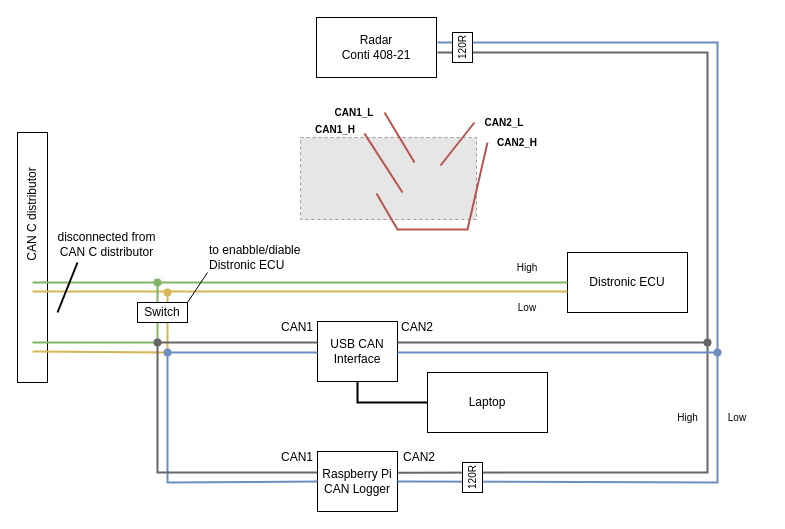
This is page "wiring" (1 of 9) of 00_Reverseengineering/ACC_limits.drawio from littleprojects/ACC_W211, a draw.io file, before an edit. Source tidied: cells renumbered, new cells numbered last; positions are measured from the earlier drawing's top-left corner, leaving out a move shared by most shapes. Both pictures are drawn from the tidied source at 100%, with x=0, y=0 at pixel (-23, 17). Pictures stored in the file or linked from it are replaced by grey dashed boxes.
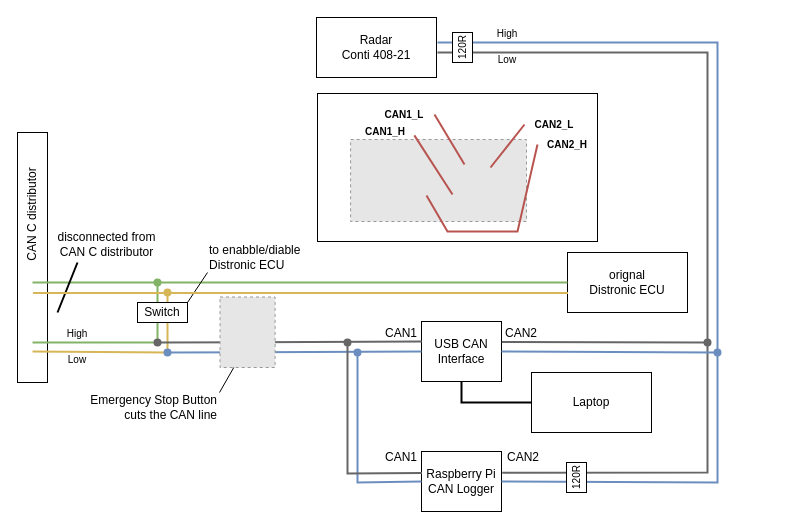
After the change.

Commit message (it also covers changes not shown here):
add a emergency button

Diff of the diagram source:
```diff
@@
+    <mxCell id="48" style="rounded=0;whiteSpace=wrap;html=1;" parent="1" vertex="1">
+      <mxGeometry x="340" y="76" width="280" height="148" as="geometry" />
+    </mxCell>
@@
-    <mxCell id="3" value="Distronic ECU" style="rounded=0;whiteSpace=wrap;html=1;" parent="1" vertex="1">
+    <mxCell id="3" value="&lt;div&gt;orignal&lt;/div&gt;Distronic ECU" style="rounded=0;whiteSpace=wrap;html=1;" parent="1" vertex="1">
       <mxGeometry x="590" y="235" width="120" height="60" as="geometry" />
     </mxCell>
@@
-    <mxCell id="5" style="endArrow=none;html=1;rounded=0;entryX=0;entryY=0.5;entryDx=0;entryDy=0;exitX=0.5;exitY=0.6;exitDx=0;exitDy=0;exitPerimeter=0;fillColor=#fff2cc;strokeColor=#d6b656;strokeWidth=2;" parent="1" edge="1">
-      <mxGeometry relative="1" as="geometry">
-        <mxPoint x="55" y="274" as="sourcePoint" />
-        <mxPoint x="590" y="274" as="targetPoint" />
-      </mxGeometry>
-    </mxCell>
@@
     <mxCell id="13" value="USB CAN Interface" style="rounded=0;whiteSpace=wrap;html=1;fillColor=#FFFFFF;" parent="1" vertex="1">
-      <mxGeometry x="340" y="304" width="80" height="60" as="geometry" />
+      <mxGeometry x="444" y="304" width="80" height="60" as="geometry" />
     </mxCell>
     <mxCell id="14" value="Raspberry Pi&lt;br&gt;CAN Logger" style="rounded=0;whiteSpace=wrap;html=1;fillColor=#FFFFFF;" parent="1" vertex="1">
-      <mxGeometry x="340" y="434" width="80" height="60" as="geometry" />
+      <mxGeometry x="444" y="434" width="80" height="60" as="geometry" />
     </mxCell>
@@
-    <mxCell id="16" style="endArrow=none;html=1;rounded=0;fillColor=#dae8fc;strokeColor=#6c8ebf;strokeWidth=2;entryX=0;entryY=0.35;entryDx=0;entryDy=0;entryPerimeter=0;startArrow=oval;startFill=1;" parent="1" edge="1">
+    <mxCell id="16" style="endArrow=none;html=1;rounded=0;fillColor=#dae8fc;strokeColor=#6c8ebf;strokeWidth=2;entryX=0;entryY=0.5;entryDx=0;entryDy=0;startArrow=oval;startFill=1;" parent="1" edge="1" target="13">
       <mxGeometry relative="1" as="geometry">
         <mxPoint x="190" y="335" as="sourcePoint" />
-        <mxPoint x="340" y="335" as="targetPoint" />
       </mxGeometry>
     </mxCell>
-    <mxCell id="17" style="endArrow=none;html=1;rounded=0;fillColor=#f5f5f5;strokeColor=#666666;strokeWidth=2;entryX=0;entryY=0.35;entryDx=0;entryDy=0;entryPerimeter=0;startArrow=oval;startFill=1;" parent="1" edge="1">
+    <mxCell id="17" style="endArrow=none;html=1;rounded=0;fillColor=#f5f5f5;strokeColor=#666666;strokeWidth=2;entryX=0.003;entryY=0.335;entryDx=0;entryDy=0;entryPerimeter=0;startArrow=oval;startFill=1;" parent="1" edge="1" target="13">
       <mxGeometry relative="1" as="geometry">
         <mxPoint x="180" y="325" as="sourcePoint" />
-        <mxPoint x="340" y="325" as="targetPoint" />
       </mxGeometry>
     </mxCell>
-    <mxCell id="18" style="endArrow=none;html=1;rounded=0;fillColor=#dae8fc;strokeColor=#6c8ebf;strokeWidth=2;entryX=0;entryY=0.5;entryDx=0;entryDy=0;" parent="1" edge="1" target="14">
+    <mxCell id="18" style="endArrow=none;html=1;rounded=0;fillColor=#dae8fc;strokeColor=#6c8ebf;strokeWidth=2;entryX=0;entryY=0.5;entryDx=0;entryDy=0;startArrow=oval;startFill=1;" parent="1" edge="1" target="14">
       <mxGeometry relative="1" as="geometry">
-        <mxPoint x="190" y="335" as="sourcePoint" />
+        <mxPoint x="380" y="335" as="sourcePoint" />
         <Array as="points">
-          <mxPoint x="190" y="465" />
+          <mxPoint x="380" y="465" />
         </Array>
       </mxGeometry>
     </mxCell>
-    <mxCell id="19" style="endArrow=none;html=1;rounded=0;fillColor=#f5f5f5;strokeColor=#666666;strokeWidth=2;" parent="1" edge="1">
+    <mxCell id="19" style="endArrow=none;html=1;rounded=0;fillColor=#f5f5f5;strokeColor=#666666;strokeWidth=2;startArrow=oval;startFill=1;entryX=0.84;entryY=1.053;entryDx=0;entryDy=0;entryPerimeter=0;" parent="1" edge="1" target="30">
       <mxGeometry relative="1" as="geometry">
-        <mxPoint x="180" y="325" as="sourcePoint" />
-        <mxPoint x="340" y="455" as="targetPoint" />
+        <mxPoint x="370" y="325" as="sourcePoint" />
         <Array as="points">
-          <mxPoint x="180" y="455" />
+          <mxPoint x="370" y="456" />
         </Array>
       </mxGeometry>
     </mxCell>
@@
-    <mxCell id="22" style="endArrow=none;html=1;rounded=0;fillColor=#dae8fc;strokeColor=#6c8ebf;strokeWidth=2;entryX=0;entryY=0.35;entryDx=0;entryDy=0;entryPerimeter=0;startArrow=oval;startFill=1;" parent="1" edge="1">
+    <mxCell id="22" style="endArrow=none;html=1;rounded=0;fillColor=#dae8fc;strokeColor=#6c8ebf;strokeWidth=2;startArrow=oval;startFill=1;entryX=1;entryY=0.5;entryDx=0;entryDy=0;" parent="1" edge="1" target="13">
       <mxGeometry relative="1" as="geometry">
         <mxPoint x="740" y="335" as="sourcePoint" />
-        <mxPoint x="420" y="335" as="targetPoint" />
       </mxGeometry>
     </mxCell>
-    <mxCell id="23" style="endArrow=none;html=1;rounded=0;fillColor=#f5f5f5;strokeColor=#666666;strokeWidth=2;entryX=0;entryY=0.35;entryDx=0;entryDy=0;entryPerimeter=0;startArrow=oval;startFill=1;" parent="1" edge="1">
+    <mxCell id="23" style="endArrow=none;html=1;rounded=0;fillColor=#f5f5f5;strokeColor=#666666;strokeWidth=2;entryX=1.003;entryY=0.342;entryDx=0;entryDy=0;entryPerimeter=0;startArrow=oval;startFill=1;" parent="1" edge="1" target="13">
       <mxGeometry relative="1" as="geometry">
         <mxPoint x="730" y="325" as="sourcePoint" />
-        <mxPoint x="420" y="325" as="targetPoint" />
       </mxGeometry>
     </mxCell>
     <mxCell id="24" value="120R" style="rounded=0;whiteSpace=wrap;html=1;fillColor=#FFFFFF;rotation=-90;fontSize=10;" parent="1" vertex="1">
-      <mxGeometry x="480" y="450" width="30" height="20" as="geometry" />
+      <mxGeometry x="584" y="450" width="30" height="20" as="geometry" />
     </mxCell>
@@
     <mxCell id="26" value="Laptop" style="rounded=0;whiteSpace=wrap;html=1;fillColor=#FFFFFF;" parent="1" vertex="1">
-      <mxGeometry x="450" y="355" width="120" height="60" as="geometry" />
+      <mxGeometry x="554" y="355" width="120" height="60" as="geometry" />
     </mxCell>
     <mxCell id="27" style="endArrow=none;html=1;rounded=0;strokeWidth=2;exitX=0.5;exitY=1;exitDx=0;exitDy=0;entryX=0;entryY=0.5;entryDx=0;entryDy=0;" parent="1" edge="1" source="13" target="26">
       <mxGeometry relative="1" as="geometry">
         <Array as="points">
-          <mxPoint x="380" y="385" />
+          <mxPoint x="484" y="385" />
         </Array>
       </mxGeometry>
     </mxCell>
     <mxCell id="28" value="CAN1" style="text;html=1;strokeColor=none;fillColor=none;align=center;verticalAlign=middle;whiteSpace=wrap;rounded=0;" parent="1" vertex="1">
-      <mxGeometry x="290" y="295" width="60" height="30" as="geometry" />
+      <mxGeometry x="394" y="302" width="60" height="28" as="geometry" />
     </mxCell>
     <mxCell id="29" value="CAN2" style="text;html=1;strokeColor=none;fillColor=none;align=center;verticalAlign=middle;whiteSpace=wrap;rounded=0;" parent="1" vertex="1">
-      <mxGeometry x="410" y="295" width="60" height="30" as="geometry" />
+      <mxGeometry x="514" y="301" width="60" height="30" as="geometry" />
     </mxCell>
     <mxCell id="30" value="CAN1" style="text;html=1;strokeColor=none;fillColor=none;align=center;verticalAlign=middle;whiteSpace=wrap;rounded=0;" parent="1" vertex="1">
-      <mxGeometry x="290" y="425" width="60" height="30" as="geometry" />
+      <mxGeometry x="394" y="425" width="60" height="29" as="geometry" />
     </mxCell>
     <mxCell id="31" value="CAN2" style="text;html=1;strokeColor=none;fillColor=none;align=center;verticalAlign=middle;whiteSpace=wrap;rounded=0;" parent="1" vertex="1">
-      <mxGeometry x="412" y="425" width="60" height="30" as="geometry" />
+      <mxGeometry x="516" y="425" width="60" height="30" as="geometry" />
     </mxCell>
@@
     <mxCell id="35" value="High" style="text;html=1;strokeColor=none;fillColor=none;align=center;verticalAlign=middle;whiteSpace=wrap;rounded=0;fontSize=10;" parent="1" vertex="1">
-      <mxGeometry x="520" y="235" width="60" height="30" as="geometry" />
+      <mxGeometry x="70" y="301" width="60" height="30" as="geometry" />
     </mxCell>
     <mxCell id="36" value="Low" style="text;html=1;strokeColor=none;fillColor=none;align=center;verticalAlign=middle;whiteSpace=wrap;rounded=0;fontSize=10;" parent="1" vertex="1">
-      <mxGeometry x="520" y="275" width="60" height="30" as="geometry" />
+      <mxGeometry x="70" y="327" width="60" height="30" as="geometry" />
     </mxCell>
-    <mxCell id="37" value="High" style="text;html=1;strokeColor=none;fillColor=none;align=center;verticalAlign=middle;whiteSpace=wrap;rounded=0;fontSize=10;" parent="1" vertex="1">
-      <mxGeometry x="680" y="385" width="61" height="30" as="geometry" />
-    </mxCell>
-    <mxCell id="38" value="Low" style="text;html=1;strokeColor=none;fillColor=none;align=center;verticalAlign=middle;whiteSpace=wrap;rounded=0;fontSize=10;" parent="1" vertex="1">
-      <mxGeometry x="730" y="385" width="60" height="30" as="geometry" />
-    </mxCell>
     <mxCell id="39" style="fillColor=#E6E6E6;strokeColor=#999999;dashed=1;verticalLabelPosition=bottom;labelBackgroundColor=default;verticalAlign=top;" parent="1" vertex="1">
-      <mxGeometry x="323.1" y="120" width="175.9" height="82" as="geometry" />
+      <mxGeometry x="373.1" y="122" width="175.9" height="82" as="geometry" />
     </mxCell>
     <mxCell id="40" style="endArrow=none;html=1;rounded=0;strokeWidth=2;fontSize=10;exitX=1;exitY=0.5;exitDx=0;exitDy=0;fillColor=#f8cecc;strokeColor=#b85450;" parent="1" edge="1" source="41">
       <mxGeometry relative="1" as="geometry">
-        <mxPoint x="437" y="145" as="targetPoint" />
+        <mxPoint x="487" y="147" as="targetPoint" />
       </mxGeometry>
     </mxCell>
     <mxCell id="41" value="CAN1_L" style="text;html=1;strokeColor=none;fillColor=none;align=center;verticalAlign=middle;whiteSpace=wrap;rounded=0;fontSize=10;fontStyle=1;" parent="1" vertex="1">
-      <mxGeometry x="347" y="80" width="60" height="30" as="geometry" />
+      <mxGeometry x="397" y="82" width="60" height="30" as="geometry" />
     </mxCell>
     <mxCell id="42" value="CAN1_H" style="text;html=1;strokeColor=none;fillColor=none;align=center;verticalAlign=middle;whiteSpace=wrap;rounded=0;fontSize=10;fontStyle=1;" parent="1" vertex="1">
-      <mxGeometry x="328" y="97" width="60" height="30" as="geometry" />
+      <mxGeometry x="378" y="99" width="60" height="30" as="geometry" />
     </mxCell>
     <mxCell id="43" style="endArrow=none;html=1;rounded=0;strokeWidth=2;fontSize=10;entryX=0.981;entryY=0.628;entryDx=0;entryDy=0;entryPerimeter=0;fillColor=#f8cecc;strokeColor=#b85450;" parent="1" edge="1" target="42">
       <mxGeometry relative="1" as="geometry">
-        <mxPoint x="425" y="175" as="sourcePoint" />
+        <mxPoint x="475" y="177" as="sourcePoint" />
       </mxGeometry>
     </mxCell>
     <mxCell id="44" value="CAN2_L" style="text;html=1;strokeColor=none;fillColor=none;align=center;verticalAlign=middle;whiteSpace=wrap;rounded=0;fontSize=10;fontStyle=1;" parent="1" vertex="1">
-      <mxGeometry x="497" y="90" width="60" height="30" as="geometry" />
+      <mxGeometry x="547" y="92" width="60" height="30" as="geometry" />
     </mxCell>
     <mxCell id="45" value="CAN2_H" style="text;html=1;strokeColor=none;fillColor=none;align=center;verticalAlign=middle;whiteSpace=wrap;rounded=0;fontSize=10;fontStyle=1;" parent="1" vertex="1">
-      <mxGeometry x="510" y="110" width="60" height="30" as="geometry" />
+      <mxGeometry x="560" y="112" width="60" height="30" as="geometry" />
     </mxCell>
     <mxCell id="46" style="endArrow=none;html=1;rounded=0;strokeWidth=2;fontSize=10;entryX=0;entryY=0.5;entryDx=0;entryDy=0;fillColor=#f8cecc;strokeColor=#b85450;" parent="1" edge="1" target="44">
       <mxGeometry relative="1" as="geometry">
-        <mxPoint x="463" y="148" as="sourcePoint" />
+        <mxPoint x="513" y="150" as="sourcePoint" />
       </mxGeometry>
     </mxCell>
     <mxCell id="47" style="endArrow=none;html=1;rounded=0;strokeWidth=2;fontSize=10;entryX=0;entryY=0.5;entryDx=0;entryDy=0;fillColor=#f8cecc;strokeColor=#b85450;" parent="1" edge="1" target="45">
       <mxGeometry relative="1" as="geometry">
-        <mxPoint x="399" y="176" as="sourcePoint" />
+        <mxPoint x="449" y="178" as="sourcePoint" />
         <Array as="points">
-          <mxPoint x="420" y="212" />
-          <mxPoint x="490" y="212" />
+          <mxPoint x="470" y="214" />
+          <mxPoint x="540" y="214" />
         </Array>
       </mxGeometry>
     </mxCell>
+    <mxCell id="37" value="High" style="text;html=1;strokeColor=none;fillColor=none;align=center;verticalAlign=middle;whiteSpace=wrap;rounded=0;fontSize=10;" parent="1" vertex="1">
+      <mxGeometry x="500" y="1" width="60" height="30" as="geometry" />
+    </mxCell>
+    <mxCell id="38" value="Low" style="text;html=1;strokeColor=none;fillColor=none;align=center;verticalAlign=middle;whiteSpace=wrap;rounded=0;fontSize=10;" parent="1" vertex="1">
+      <mxGeometry x="500" y="27" width="60" height="30" as="geometry" />
+    </mxCell>
+    <mxCell id="5" style="endArrow=none;html=1;rounded=0;entryX=0;entryY=0.5;entryDx=0;entryDy=0;exitX=0.5;exitY=0.6;exitDx=0;exitDy=0;exitPerimeter=0;fillColor=#fff2cc;strokeColor=#d6b656;strokeWidth=2;" parent="1" edge="1">
+      <mxGeometry relative="1" as="geometry">
+        <mxPoint x="55.5" y="275.4" as="sourcePoint" />
+        <mxPoint x="590.5" y="275.4" as="targetPoint" />
+      </mxGeometry>
+    </mxCell>
+    <mxCell id="49" style="fillColor=#E6E6E6;strokeColor=#999999;dashed=1;verticalLabelPosition=bottom;labelBackgroundColor=default;verticalAlign=top;" parent="1" vertex="1">
+      <mxGeometry x="242.5" y="279.5" width="55.1" height="70.5" as="geometry" />
+    </mxCell>
+    <mxCell id="50" value="Emergency Stop Button&lt;div&gt;cuts the CAN line&lt;/div&gt;" style="text;html=1;strokeColor=none;fillColor=none;align=right;verticalAlign=middle;whiteSpace=wrap;rounded=0;" parent="1" vertex="1">
+      <mxGeometry x="62" y="375" width="180" height="30" as="geometry" />
+    </mxCell>
+    <mxCell id="51" style="endArrow=none;html=1;exitX=1;exitY=0;exitDx=0;exitDy=0;entryX=0.25;entryY=1;entryDx=0;entryDy=0;" parent="1" edge="1" source="50" target="49">
+      <mxGeometry relative="1" as="geometry" />
+    </mxCell>
```
